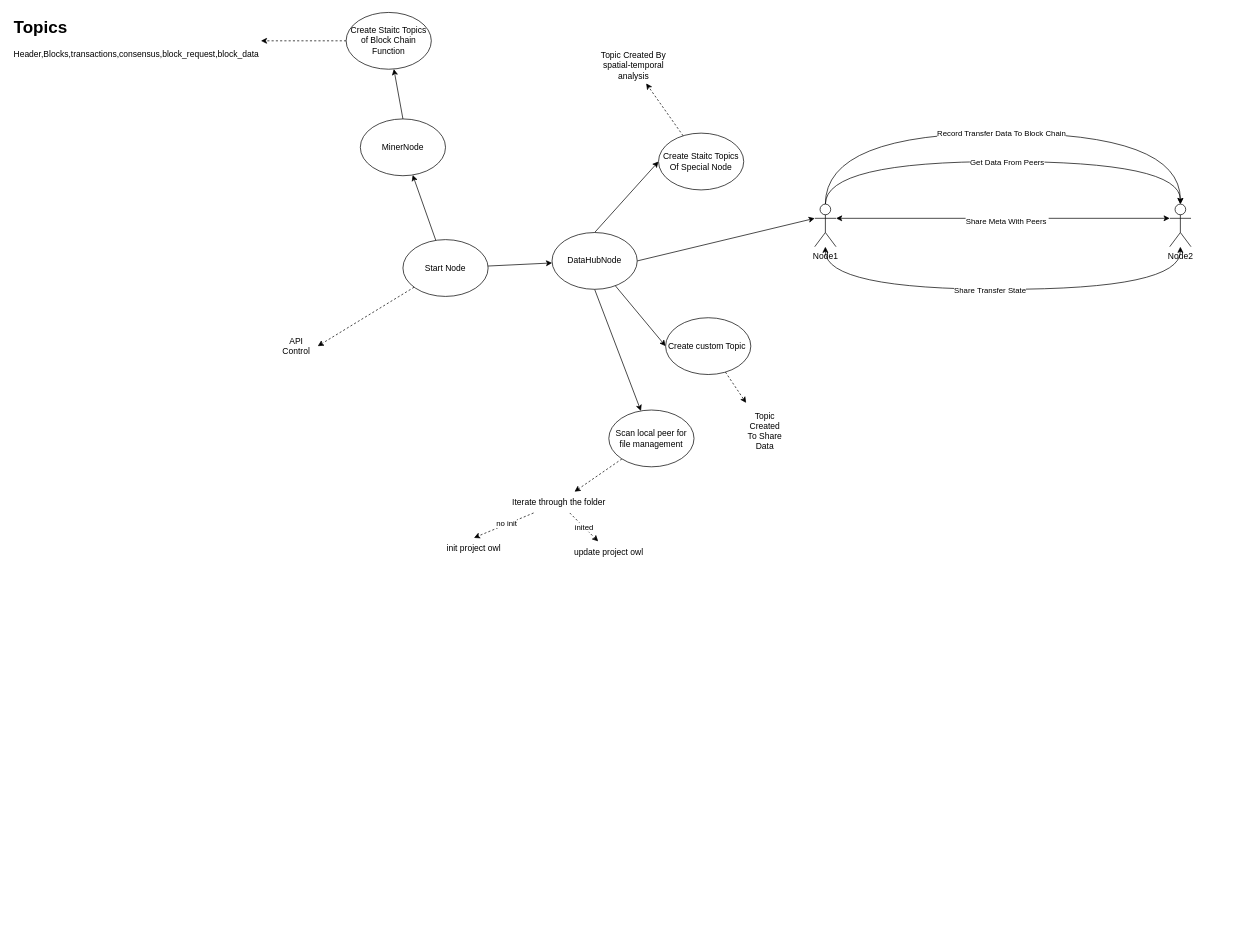
Earlier version of the draw.io diagram 建筑信息区块链系统.drawio (gaochaowyq/MinderGraph). Source tidied: cells renumbered, new cells numbered last; positions are measured from the earlier drawing's top-left corner, leaving out a move shared by most shapes. Both pictures are drawn from the tidied source at 71%, with x=0, y=0 at pixel (12, 12).
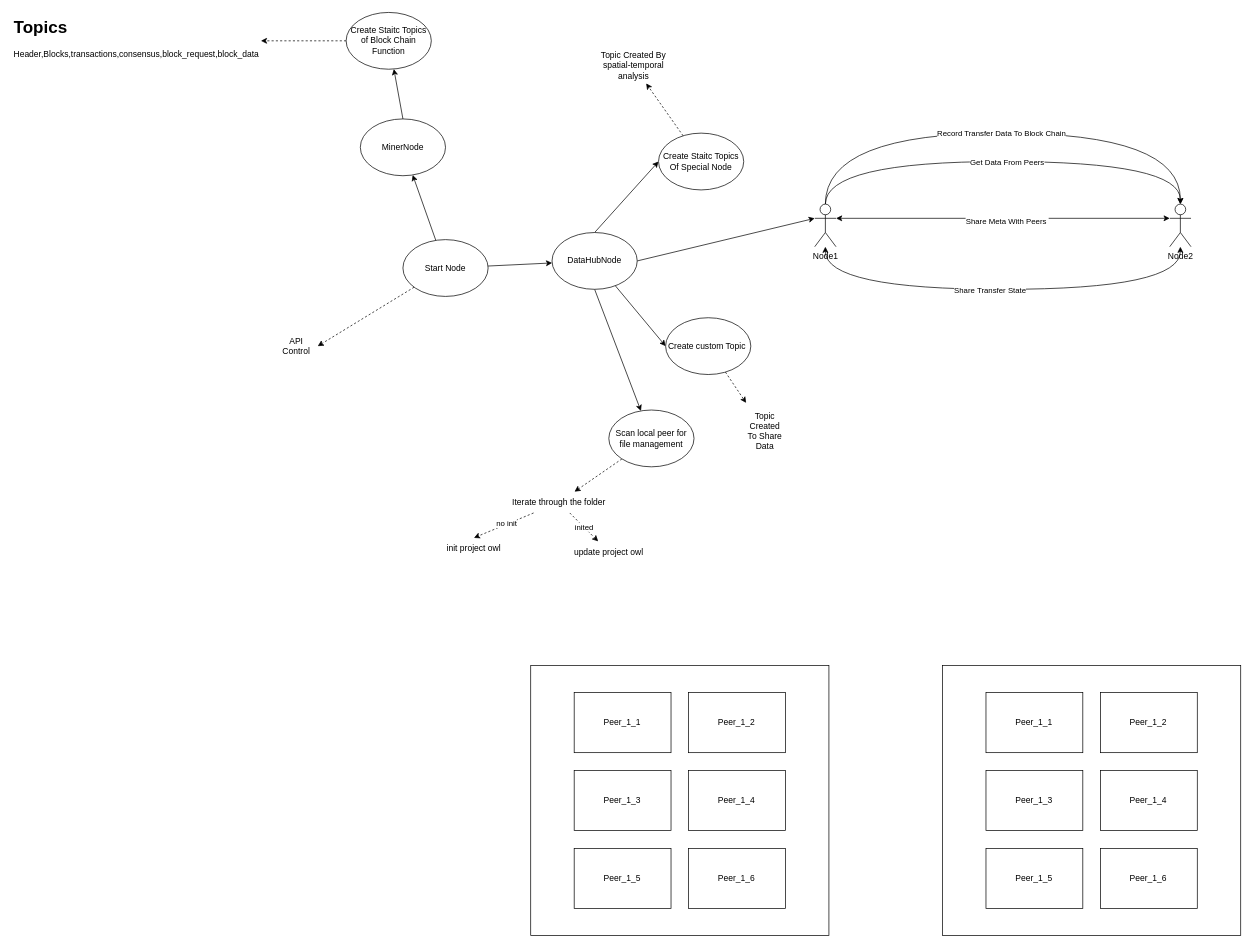
The same diagram, later.

Commit message:
更新建筑信息区块链系统.drawio

The edit, as a diff of the source:
```diff
@@
+    <mxCell id="42" style="rounded=0;whiteSpace=wrap;html=1;" parent="1" vertex="1">
+      <mxGeometry x="730" y="920" width="420" height="380" as="geometry" />
+    </mxCell>
+    <mxCell id="43" value="Peer_1_1" style="rounded=0;whiteSpace=wrap;html=1;" parent="42" vertex="1">
+      <mxGeometry x="61.2" y="38" width="136.4" height="84.6" as="geometry" />
+    </mxCell>
+    <mxCell id="44" value="Peer_1_2" style="rounded=0;whiteSpace=wrap;html=1;" parent="42" vertex="1">
+      <mxGeometry x="222.4" y="38" width="136.4" height="84.6" as="geometry" />
+    </mxCell>
+    <mxCell id="45" value="Peer_1_3" style="rounded=0;whiteSpace=wrap;html=1;" parent="42" vertex="1">
+      <mxGeometry x="61.2" y="147.7" width="136.4" height="84.6" as="geometry" />
+    </mxCell>
+    <mxCell id="46" value="Peer_1_4" style="rounded=0;whiteSpace=wrap;html=1;" parent="42" vertex="1">
+      <mxGeometry x="222.4" y="147.7" width="136.4" height="84.6" as="geometry" />
+    </mxCell>
+    <mxCell id="47" value="Peer_1_5" style="rounded=0;whiteSpace=wrap;html=1;" parent="42" vertex="1">
+      <mxGeometry x="61.2" y="257.4" width="136.4" height="84.6" as="geometry" />
+    </mxCell>
+    <mxCell id="48" value="Peer_1_6" style="rounded=0;whiteSpace=wrap;html=1;" parent="42" vertex="1">
+      <mxGeometry x="222.4" y="257.4" width="136.4" height="84.6" as="geometry" />
+    </mxCell>
+    <mxCell id="49" style="rounded=0;whiteSpace=wrap;html=1;" parent="1" vertex="1">
+      <mxGeometry x="1310" y="920" width="420" height="380" as="geometry" />
+    </mxCell>
+    <mxCell id="50" value="Peer_1_1" style="rounded=0;whiteSpace=wrap;html=1;" parent="49" vertex="1">
+      <mxGeometry x="61.2" y="38" width="136.4" height="84.6" as="geometry" />
+    </mxCell>
+    <mxCell id="51" value="Peer_1_2" style="rounded=0;whiteSpace=wrap;html=1;" parent="49" vertex="1">
+      <mxGeometry x="222.4" y="38" width="136.4" height="84.6" as="geometry" />
+    </mxCell>
+    <mxCell id="52" value="Peer_1_3" style="rounded=0;whiteSpace=wrap;html=1;" parent="49" vertex="1">
+      <mxGeometry x="61.2" y="147.7" width="136.4" height="84.6" as="geometry" />
+    </mxCell>
+    <mxCell id="53" value="Peer_1_4" style="rounded=0;whiteSpace=wrap;html=1;" parent="49" vertex="1">
+      <mxGeometry x="222.4" y="147.7" width="136.4" height="84.6" as="geometry" />
+    </mxCell>
+    <mxCell id="54" value="Peer_1_5" style="rounded=0;whiteSpace=wrap;html=1;" parent="49" vertex="1">
+      <mxGeometry x="61.2" y="257.4" width="136.4" height="84.6" as="geometry" />
+    </mxCell>
+    <mxCell id="55" value="Peer_1_6" style="rounded=0;whiteSpace=wrap;html=1;" parent="49" vertex="1">
+      <mxGeometry x="222.4" y="257.4" width="136.4" height="84.6" as="geometry" />
+    </mxCell>
```
